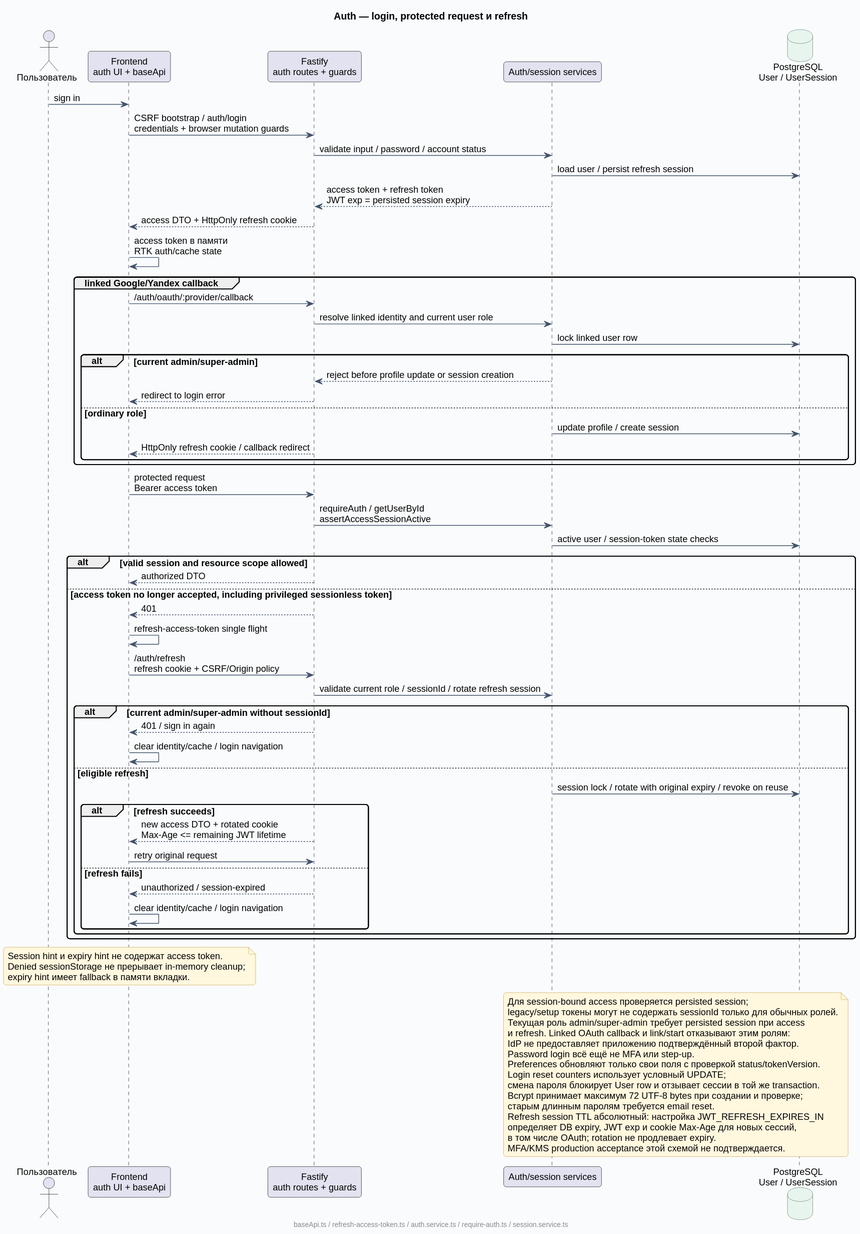
Before: docs/diagrams/rendered/07-auth-session.svg, a diagram exported from PlantUML (Dima163163/auto-care-hub).
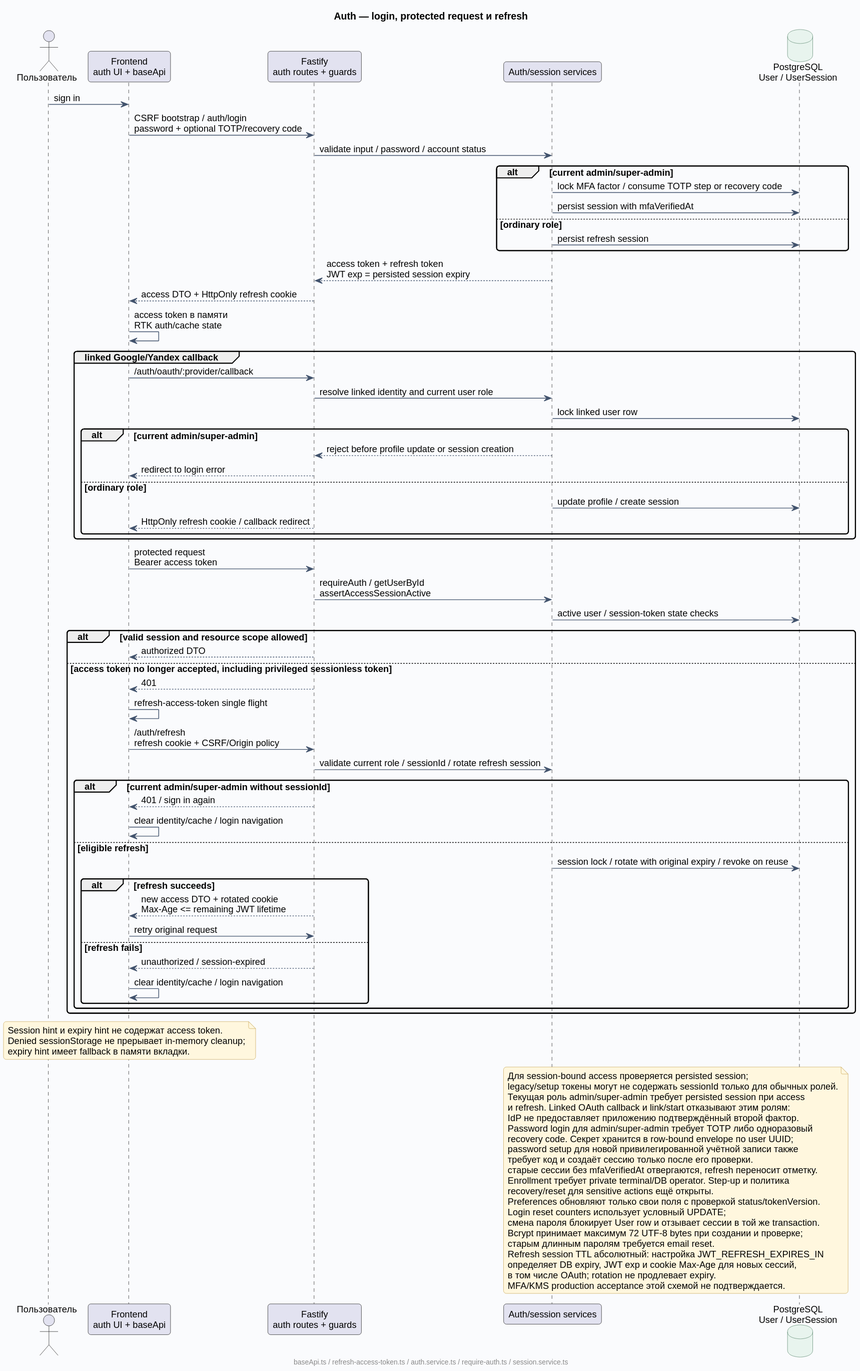
Above is the later version.

Change to the diagram source:
```diff
@@ -7,9 +7,14 @@
 participant "Auth/session services" as Auth
 database "PostgreSQL\nUser / UserSession" as PG
 User -> Front : sign in
-Front -> API : CSRF bootstrap / auth/login\ncredentials + browser mutation guards
+Front -> API : CSRF bootstrap / auth/login\npassword + optional TOTP/recovery code
 API -> Auth : validate input / password / account status
-Auth -> PG : load user / persist refresh session
+alt current admin/super-admin
+  Auth -> PG : lock MFA factor / consume TOTP step or recovery code
+  Auth -> PG : persist session with mfaVerifiedAt
+else ordinary role
+  Auth -> PG : persist refresh session
+end
 Auth --> API : access token + refresh token\nJWT exp = persisted session expiry
 API --> Front : access DTO + HttpOnly refresh cookie
 Front -> Front : access token в памяти\nRTK auth/cache state
@@ -60,7 +65,13 @@
   Текущая роль admin/super-admin требует persisted session при access
   и refresh. Linked OAuth callback и link/start отказывают этим ролям:
   IdP не предоставляет приложению подтверждённый второй фактор.
-  Password login всё ещё не MFA или step-up.
+  Password login для admin/super-admin требует TOTP либо одноразовый
+  recovery code. Секрет хранится в row-bound envelope по user UUID;
+  password setup для новой привилегированной учётной записи также
+  требует код и создаёт сессию только после его проверки.
+  старые сессии без mfaVerifiedAt отвергаются, refresh переносит отметку.
+  Enrollment требует private terminal/DB operator. Step-up и политика
+  recovery/reset для sensitive actions ещё открыты.
   Preferences обновляют только свои поля с проверкой status/tokenVersion.
   Login reset counters использует условный UPDATE;
   смена пароля блокирует User row и отзывает сессии в той же transaction.
```
